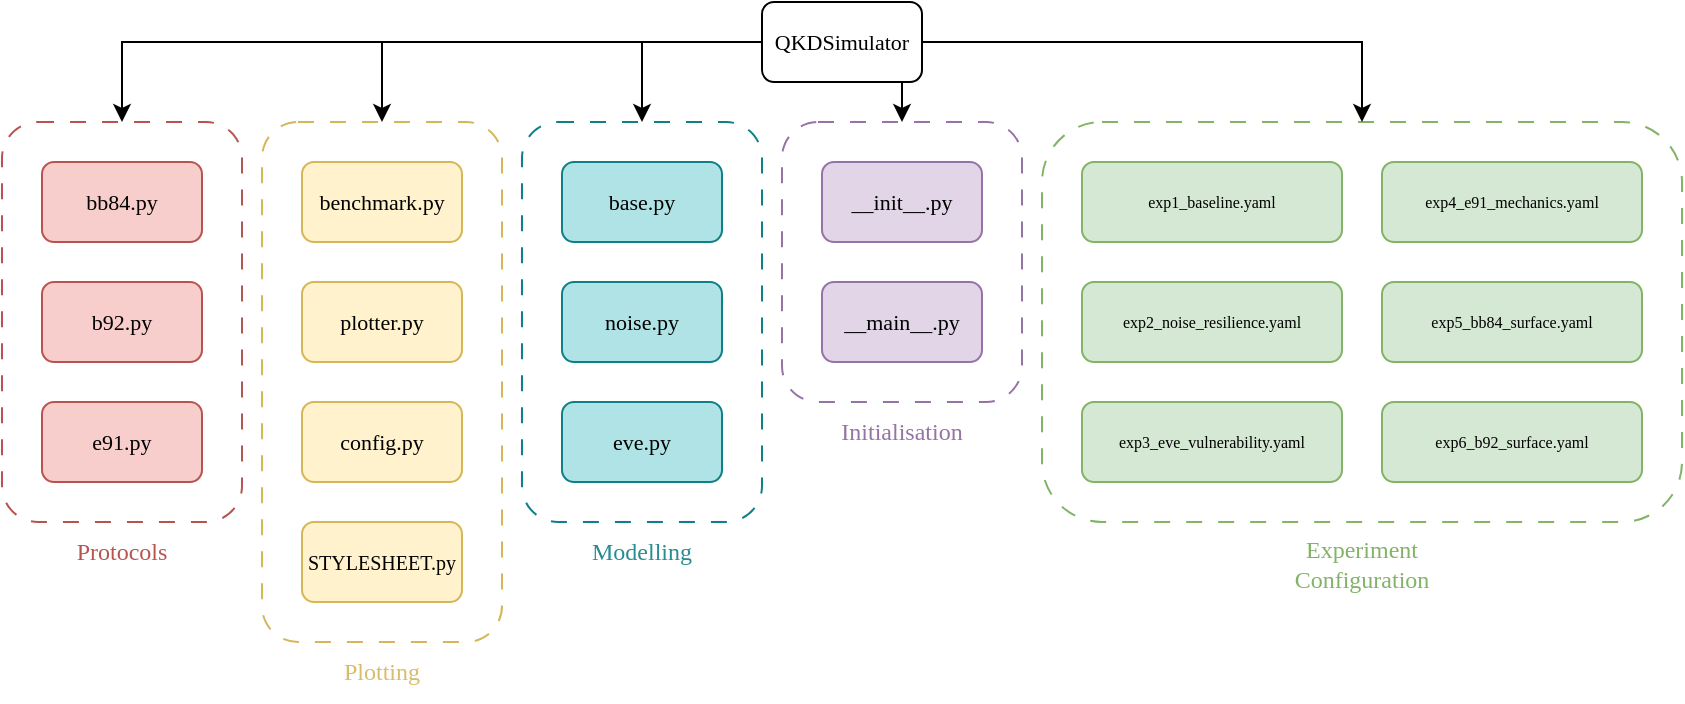
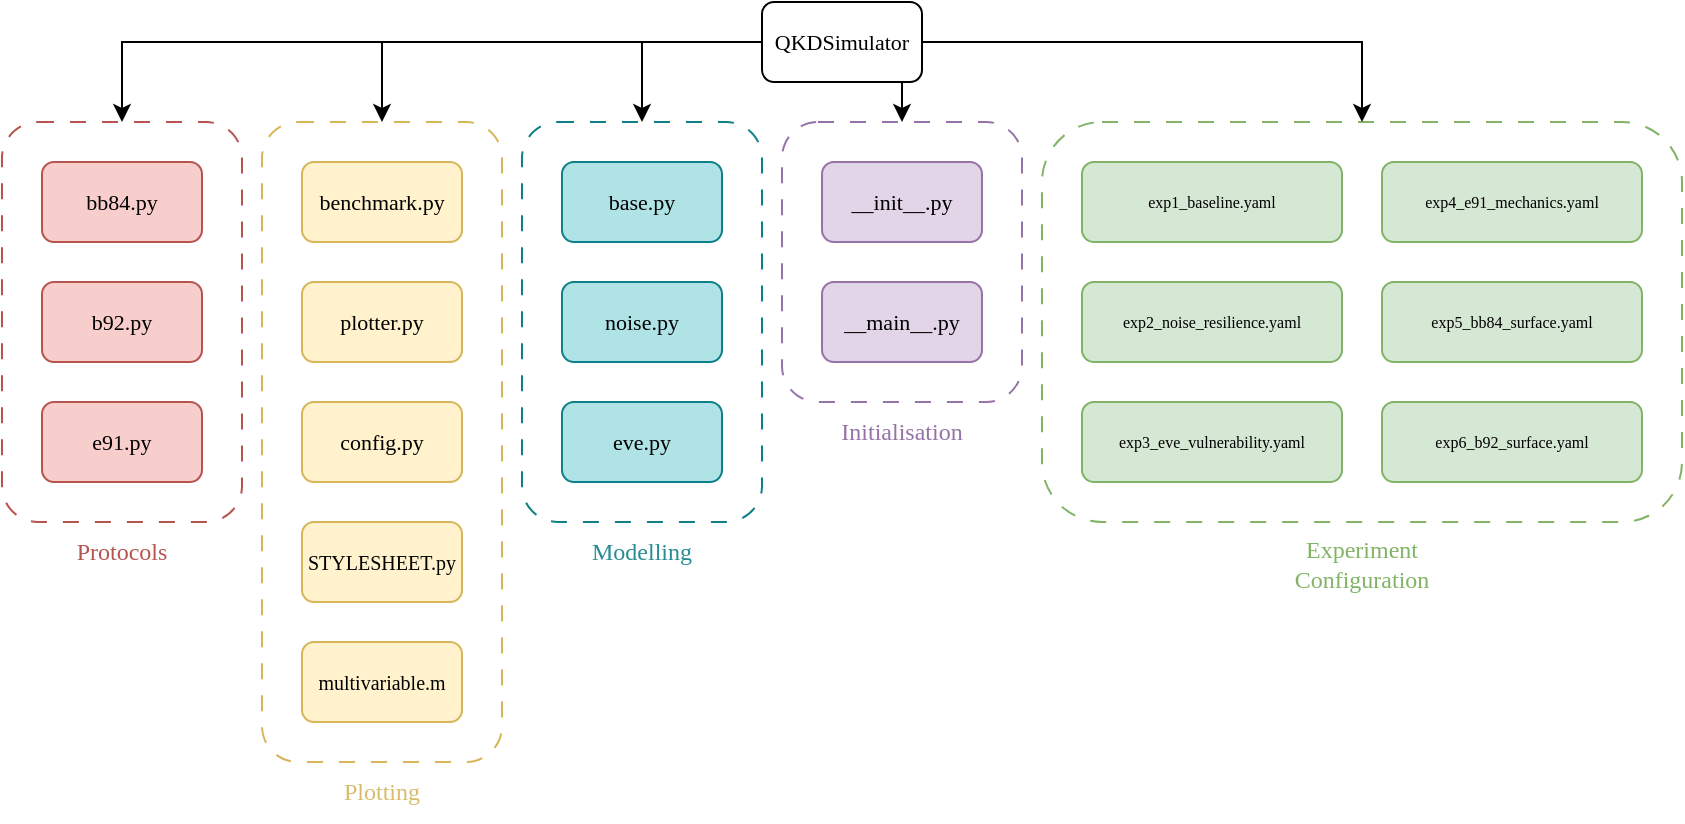
<mxfile host="app.diagrams.net">
  <diagram name="Page-1" id="WF3U4LT75nrMDzXhoOqw">
-     <mxGraphModel dx="1487" dy="1117" grid="1" gridSize="10" guides="1" tooltips="1" connect="1" arrows="1" fold="1" page="1" pageScale="1" pageWidth="500" pageHeight="300" math="0" shadow="0">
+     <mxGraphModel dx="1532" dy="564" grid="1" gridSize="10" guides="1" tooltips="1" connect="1" arrows="1" fold="1" page="1" pageScale="1" pageWidth="500" pageHeight="300" math="0" shadow="0">
      <root>
        <mxCell id="0" />
        <mxCell id="1" parent="0" />
        <mxCell id="kHFWzyZ6gfKbY6wp6KWN-23" parent="1" style="rounded=1;whiteSpace=wrap;html=1;fillColor=none;dashed=1;dashPattern=8 8;strokeColor=#82b366;" value="" vertex="1">
          <mxGeometry height="200" width="320" x="440" y="80" as="geometry" />
        </mxCell>
        <mxCell id="kHFWzyZ6gfKbY6wp6KWN-32" parent="1" style="rounded=1;whiteSpace=wrap;html=1;fillColor=none;dashed=1;dashPattern=8 8;strokeColor=#0e8088;" value="" vertex="1">
          <mxGeometry height="200" width="120" x="180" y="80" as="geometry" />
        </mxCell>
        <mxCell id="kHFWzyZ6gfKbY6wp6KWN-31" parent="1" style="rounded=1;whiteSpace=wrap;html=1;fillColor=none;dashed=1;dashPattern=8 8;strokeColor=#d6b656;" value="" vertex="1">
-           <mxGeometry height="260" width="120" x="50" y="80" as="geometry" />
+           <mxGeometry height="320" width="120" x="50" y="80" as="geometry" />
        </mxCell>
        <mxCell id="kHFWzyZ6gfKbY6wp6KWN-25" parent="1" style="rounded=1;whiteSpace=wrap;html=1;fillColor=none;dashed=1;dashPattern=8 8;strokeColor=#b85450;" value="" vertex="1">
          <mxGeometry height="200" width="120" x="-80" y="80" as="geometry" />
        </mxCell>
        <mxCell id="kHFWzyZ6gfKbY6wp6KWN-54" edge="1" parent="1" source="kHFWzyZ6gfKbY6wp6KWN-1" style="edgeStyle=orthogonalEdgeStyle;rounded=0;orthogonalLoop=1;jettySize=auto;html=1;exitX=0.75;exitY=1;exitDx=0;exitDy=0;entryX=0.5;entryY=0;entryDx=0;entryDy=0;" target="kHFWzyZ6gfKbY6wp6KWN-49">
          <mxGeometry relative="1" as="geometry" />
        </mxCell>
        <mxCell id="kHFWzyZ6gfKbY6wp6KWN-56" edge="1" parent="1" source="kHFWzyZ6gfKbY6wp6KWN-1" style="edgeStyle=orthogonalEdgeStyle;rounded=0;orthogonalLoop=1;jettySize=auto;html=1;exitX=1;exitY=0.5;exitDx=0;exitDy=0;entryX=0.5;entryY=0;entryDx=0;entryDy=0;" target="kHFWzyZ6gfKbY6wp6KWN-23">
          <mxGeometry relative="1" as="geometry" />
        </mxCell>
        <mxCell id="kHFWzyZ6gfKbY6wp6KWN-57" edge="1" parent="1" source="kHFWzyZ6gfKbY6wp6KWN-1" style="edgeStyle=orthogonalEdgeStyle;rounded=0;orthogonalLoop=1;jettySize=auto;html=1;exitX=0;exitY=0.5;exitDx=0;exitDy=0;entryX=0.5;entryY=0;entryDx=0;entryDy=0;" target="kHFWzyZ6gfKbY6wp6KWN-25">
          <mxGeometry relative="1" as="geometry" />
        </mxCell>
        <mxCell id="kHFWzyZ6gfKbY6wp6KWN-58" edge="1" parent="1" source="kHFWzyZ6gfKbY6wp6KWN-1" style="edgeStyle=orthogonalEdgeStyle;rounded=0;orthogonalLoop=1;jettySize=auto;html=1;exitX=0;exitY=0.5;exitDx=0;exitDy=0;entryX=0.5;entryY=0;entryDx=0;entryDy=0;" target="kHFWzyZ6gfKbY6wp6KWN-31">
          <mxGeometry relative="1" as="geometry" />
        </mxCell>
        <mxCell id="kHFWzyZ6gfKbY6wp6KWN-59" edge="1" parent="1" source="kHFWzyZ6gfKbY6wp6KWN-1" style="edgeStyle=orthogonalEdgeStyle;rounded=0;orthogonalLoop=1;jettySize=auto;html=1;exitX=0;exitY=0.5;exitDx=0;exitDy=0;entryX=0.5;entryY=0;entryDx=0;entryDy=0;" target="kHFWzyZ6gfKbY6wp6KWN-32">
          <mxGeometry relative="1" as="geometry" />
        </mxCell>
        <mxCell id="kHFWzyZ6gfKbY6wp6KWN-1" parent="1" style="rounded=1;whiteSpace=wrap;html=1;fontFamily=Times New Roman;fontSize=11;" value="QKDSimulator" vertex="1">
          <mxGeometry height="40" width="80" x="300" y="20" as="geometry" />
        </mxCell>
        <mxCell id="kHFWzyZ6gfKbY6wp6KWN-2" parent="1" style="rounded=1;whiteSpace=wrap;html=1;fontFamily=Times New Roman;fontSize=11;fillColor=#f8cecc;strokeColor=#b85450;" value="bb84.py" vertex="1">
          <mxGeometry height="40" width="80" x="-60" y="100" as="geometry" />
        </mxCell>
        <mxCell id="kHFWzyZ6gfKbY6wp6KWN-4" parent="1" style="rounded=1;whiteSpace=wrap;html=1;fontFamily=Times New Roman;fontSize=11;fillColor=#f8cecc;strokeColor=#b85450;" value="b92.py" vertex="1">
          <mxGeometry height="40" width="80" x="-60" y="160" as="geometry" />
        </mxCell>
        <mxCell id="kHFWzyZ6gfKbY6wp6KWN-5" parent="1" style="rounded=1;whiteSpace=wrap;html=1;fontFamily=Times New Roman;fontSize=11;fillColor=#f8cecc;strokeColor=#b85450;" value="e91.py" vertex="1">
          <mxGeometry height="40" width="80" x="-60" y="220" as="geometry" />
        </mxCell>
        <mxCell id="kHFWzyZ6gfKbY6wp6KWN-6" parent="1" style="rounded=1;whiteSpace=wrap;html=1;fontFamily=Times New Roman;fontSize=11;fillColor=#fff2cc;strokeColor=#d6b656;" value="&lt;font style=&quot;font-size: 10px;&quot;&gt;STYLESHEET.py&lt;/font&gt;" vertex="1">
          <mxGeometry height="40" width="80" x="70" y="280" as="geometry" />
        </mxCell>
        <mxCell id="kHFWzyZ6gfKbY6wp6KWN-7" parent="1" style="rounded=1;whiteSpace=wrap;html=1;fontFamily=Times New Roman;fontSize=11;fillColor=#fff2cc;strokeColor=#d6b656;" value="benchmark&lt;span style=&quot;background-color: transparent; color: light-dark(rgb(0, 0, 0), rgb(255, 255, 255));&quot;&gt;.py&lt;/span&gt;" vertex="1">
          <mxGeometry height="40" width="80" x="70" y="100" as="geometry" />
        </mxCell>
        <mxCell id="kHFWzyZ6gfKbY6wp6KWN-10" parent="1" style="rounded=1;whiteSpace=wrap;html=1;fontFamily=Times New Roman;fontSize=11;fillColor=#fff2cc;strokeColor=#d6b656;" value="config.py" vertex="1">
          <mxGeometry height="40" width="80" x="70" y="220" as="geometry" />
        </mxCell>
        <mxCell id="kHFWzyZ6gfKbY6wp6KWN-12" parent="1" style="rounded=1;whiteSpace=wrap;html=1;fontFamily=Times New Roman;fontSize=11;fillColor=#fff2cc;strokeColor=#d6b656;" value="plotter.py" vertex="1">
          <mxGeometry height="40" width="80" x="70" y="160" as="geometry" />
        </mxCell>
        <mxCell id="kHFWzyZ6gfKbY6wp6KWN-3" parent="1" style="rounded=1;whiteSpace=wrap;html=1;fontFamily=Times New Roman;fontSize=11;fillColor=#b0e3e6;strokeColor=#0e8088;" value="base.py" vertex="1">
          <mxGeometry height="40" width="80" x="200" y="100" as="geometry" />
        </mxCell>
        <mxCell id="kHFWzyZ6gfKbY6wp6KWN-8" parent="1" style="rounded=1;whiteSpace=wrap;html=1;fontFamily=Times New Roman;fontSize=11;fillColor=#b0e3e6;strokeColor=#0e8088;" value="eve.py" vertex="1">
          <mxGeometry height="40" width="80" x="200" y="220" as="geometry" />
        </mxCell>
        <mxCell id="kHFWzyZ6gfKbY6wp6KWN-9" parent="1" style="rounded=1;whiteSpace=wrap;html=1;fontFamily=Times New Roman;fontSize=11;fillColor=#b0e3e6;strokeColor=#0e8088;" value="noise.py" vertex="1">
          <mxGeometry height="40" width="80" x="200" y="160" as="geometry" />
        </mxCell>
        <mxCell id="kHFWzyZ6gfKbY6wp6KWN-42" parent="1" style="text;html=1;whiteSpace=wrap;strokeColor=none;fillColor=none;align=center;verticalAlign=middle;rounded=0;fontFamily=Times New Roman;fontColor=light-dark(#b85450, #ededed);" value="Protocols" vertex="1">
          <mxGeometry height="30" width="80" x="-60" y="280" as="geometry" />
        </mxCell>
        <mxCell id="kHFWzyZ6gfKbY6wp6KWN-43" parent="1" style="text;html=1;whiteSpace=wrap;strokeColor=none;fillColor=none;align=center;verticalAlign=middle;rounded=0;fontFamily=Times New Roman;fontColor=light-dark(#d8bc68, #ededed);" value="Plotting" vertex="1">
-           <mxGeometry height="30" width="80" x="70" y="340" as="geometry" />
+           <mxGeometry height="30" width="80" x="70" y="400" as="geometry" />
        </mxCell>
        <mxCell id="kHFWzyZ6gfKbY6wp6KWN-44" parent="1" style="text;html=1;whiteSpace=wrap;strokeColor=none;fillColor=none;align=center;verticalAlign=middle;rounded=0;fontFamily=Times New Roman;fontColor=light-dark(#278c93, #ededed);" value="Modelling" vertex="1">
          <mxGeometry height="30" width="80" x="200" y="280" as="geometry" />
        </mxCell>
        <mxCell id="kHFWzyZ6gfKbY6wp6KWN-45" parent="1" style="text;html=1;whiteSpace=wrap;strokeColor=none;fillColor=none;align=center;verticalAlign=middle;rounded=0;fontFamily=Times New Roman;fontColor=light-dark(#82b366, #ededed);" value="Experiment Configuration" vertex="1">
          <mxGeometry height="30" width="80" x="560" y="286" as="geometry" />
        </mxCell>
        <mxCell id="kHFWzyZ6gfKbY6wp6KWN-47" parent="1" style="rounded=1;whiteSpace=wrap;html=1;fontFamily=Times New Roman;fontSize=11;fillColor=#e1d5e7;strokeColor=#9673a6;" value="__init__.py" vertex="1">
          <mxGeometry height="40" width="80" x="330" y="100" as="geometry" />
        </mxCell>
        <mxCell id="kHFWzyZ6gfKbY6wp6KWN-48" parent="1" style="rounded=1;whiteSpace=wrap;html=1;fontFamily=Times New Roman;fontSize=11;fillColor=#e1d5e7;strokeColor=#9673a6;" value="__main__.py" vertex="1">
          <mxGeometry height="40" width="80" x="330" y="160" as="geometry" />
        </mxCell>
        <mxCell id="kHFWzyZ6gfKbY6wp6KWN-49" parent="1" style="rounded=1;whiteSpace=wrap;html=1;fillColor=none;dashed=1;dashPattern=8 8;strokeColor=#9673a6;" value="" vertex="1">
          <mxGeometry height="140" width="120" x="310" y="80" as="geometry" />
        </mxCell>
        <mxCell id="kHFWzyZ6gfKbY6wp6KWN-50" parent="1" style="text;html=1;whiteSpace=wrap;strokeColor=none;fillColor=none;align=center;verticalAlign=middle;rounded=0;fontFamily=Times New Roman;fontColor=light-dark(#9673a6, #ededed);" value="Initialisation" vertex="1">
          <mxGeometry height="30" width="80" x="330" y="220" as="geometry" />
        </mxCell>
        <mxCell id="kHFWzyZ6gfKbY6wp6KWN-14" parent="1" style="rounded=1;whiteSpace=wrap;html=1;fontFamily=Times New Roman;fontSize=8;fillColor=#d5e8d4;strokeColor=#82b366;" value="exp4_e91&lt;span style=&quot;color: light-dark(rgb(0, 0, 0), rgb(255, 255, 255)); background-color: transparent;&quot;&gt;_mechanics.yaml&lt;/span&gt;" vertex="1">
          <mxGeometry height="40" width="130" x="610" y="100" as="geometry" />
        </mxCell>
        <mxCell id="kHFWzyZ6gfKbY6wp6KWN-15" parent="1" style="rounded=1;whiteSpace=wrap;html=1;fontFamily=Times New Roman;fontSize=8;fillColor=#d5e8d4;strokeColor=#82b366;" value="exp1_baseline.yaml" vertex="1">
          <mxGeometry height="40" width="130" x="460" y="100" as="geometry" />
        </mxCell>
        <mxCell id="kHFWzyZ6gfKbY6wp6KWN-18" parent="1" style="rounded=1;whiteSpace=wrap;html=1;fontFamily=Times New Roman;fontSize=8;fillColor=#d5e8d4;strokeColor=#82b366;" value="exp5_bb84_surface.yaml" vertex="1">
          <mxGeometry height="40" width="130" x="610" y="160" as="geometry" />
        </mxCell>
        <mxCell id="kHFWzyZ6gfKbY6wp6KWN-19" parent="1" style="rounded=1;whiteSpace=wrap;html=1;fontFamily=Times New Roman;fontSize=8;fillColor=#d5e8d4;strokeColor=#82b366;" value="exp2_noise_&lt;span style=&quot;background-color: transparent; color: light-dark(rgb(0, 0, 0), rgb(255, 255, 255));&quot;&gt;resilience.yaml&lt;/span&gt;" vertex="1">
          <mxGeometry height="40" width="130" x="460" y="160" as="geometry" />
        </mxCell>
        <mxCell id="kHFWzyZ6gfKbY6wp6KWN-20" parent="1" style="rounded=1;whiteSpace=wrap;html=1;fontFamily=Times New Roman;fontSize=8;fillColor=#d5e8d4;strokeColor=#82b366;" value="exp6_b92_surface.yaml" vertex="1">
          <mxGeometry height="40" width="130" x="610" y="220" as="geometry" />
        </mxCell>
        <mxCell id="kHFWzyZ6gfKbY6wp6KWN-21" parent="1" style="rounded=1;whiteSpace=wrap;html=1;fontFamily=Times New Roman;fontSize=8;fillColor=#d5e8d4;strokeColor=#82b366;" value="exp3_eve_vulnerability&lt;span style=&quot;background-color: transparent; color: light-dark(rgb(0, 0, 0), rgb(255, 255, 255));&quot;&gt;.yaml&lt;/span&gt;" vertex="1">
          <mxGeometry height="40" width="130" x="460" y="220" as="geometry" />
        </mxCell>
+         <mxCell id="xWw4ca_tizWEIbs0M-b0-1" parent="1" style="rounded=1;whiteSpace=wrap;html=1;fontFamily=Times New Roman;fontSize=11;fillColor=#fff2cc;strokeColor=#d6b656;" value="&lt;span style=&quot;font-size: 10px;&quot;&gt;multivariable.m&lt;/span&gt;" vertex="1">
+           <mxGeometry height="40" width="80" x="70" y="340" as="geometry" />
+         </mxCell>
      </root>
    </mxGraphModel>
  </diagram>
</mxfile>
